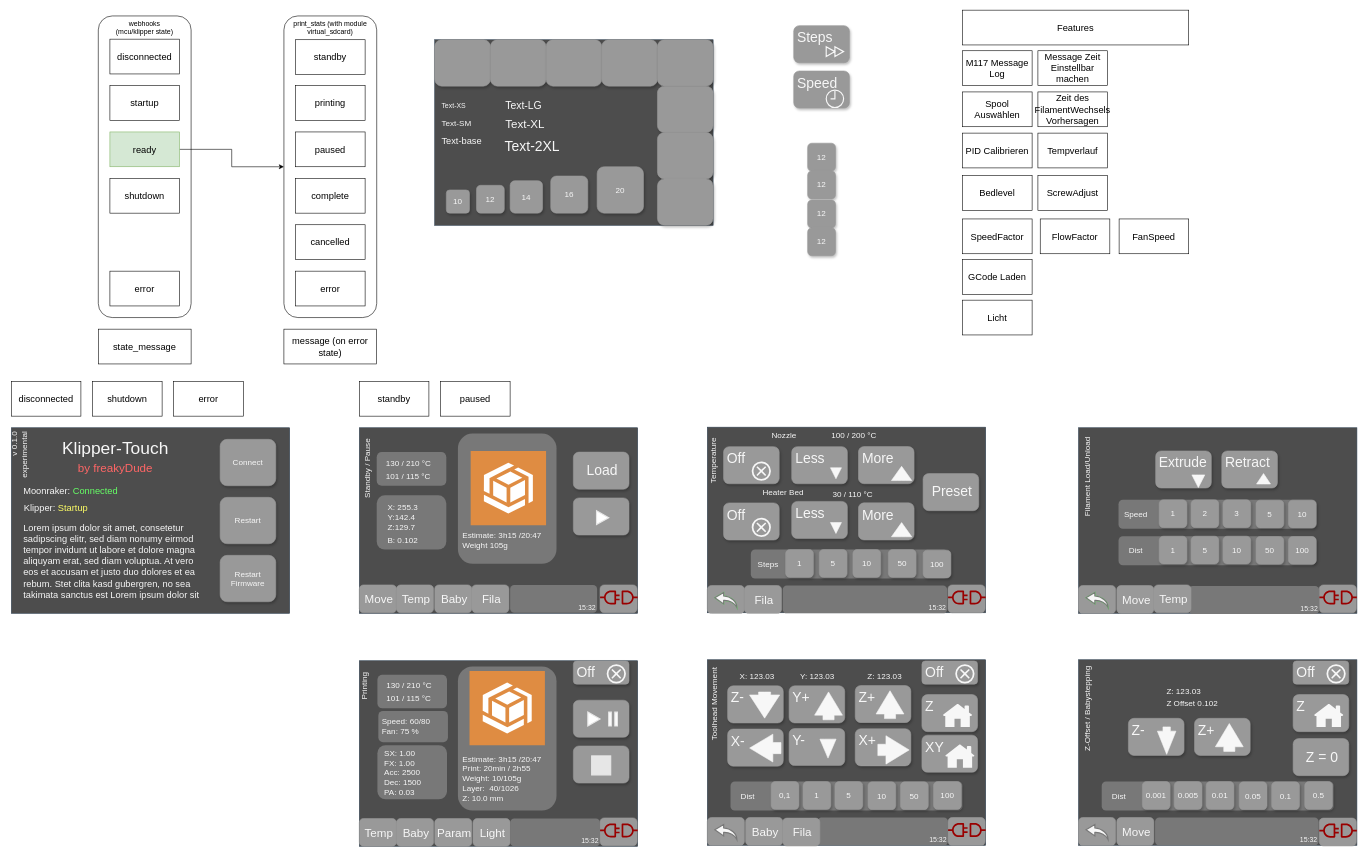
Above: page "Seite-2" (2 of 3) of docs/UseCases and Dependencies.drawio in freakydude/klipper-touch (draw.io), before the change. Source tidied: cells renumbered, new cells numbered last; positions are measured from the earlier drawing's top-left corner, leaving out a move shared by most shapes. Both pictures are drawn from the tidied source at 58%, with x=0, y=0 at pixel (-5, 10).
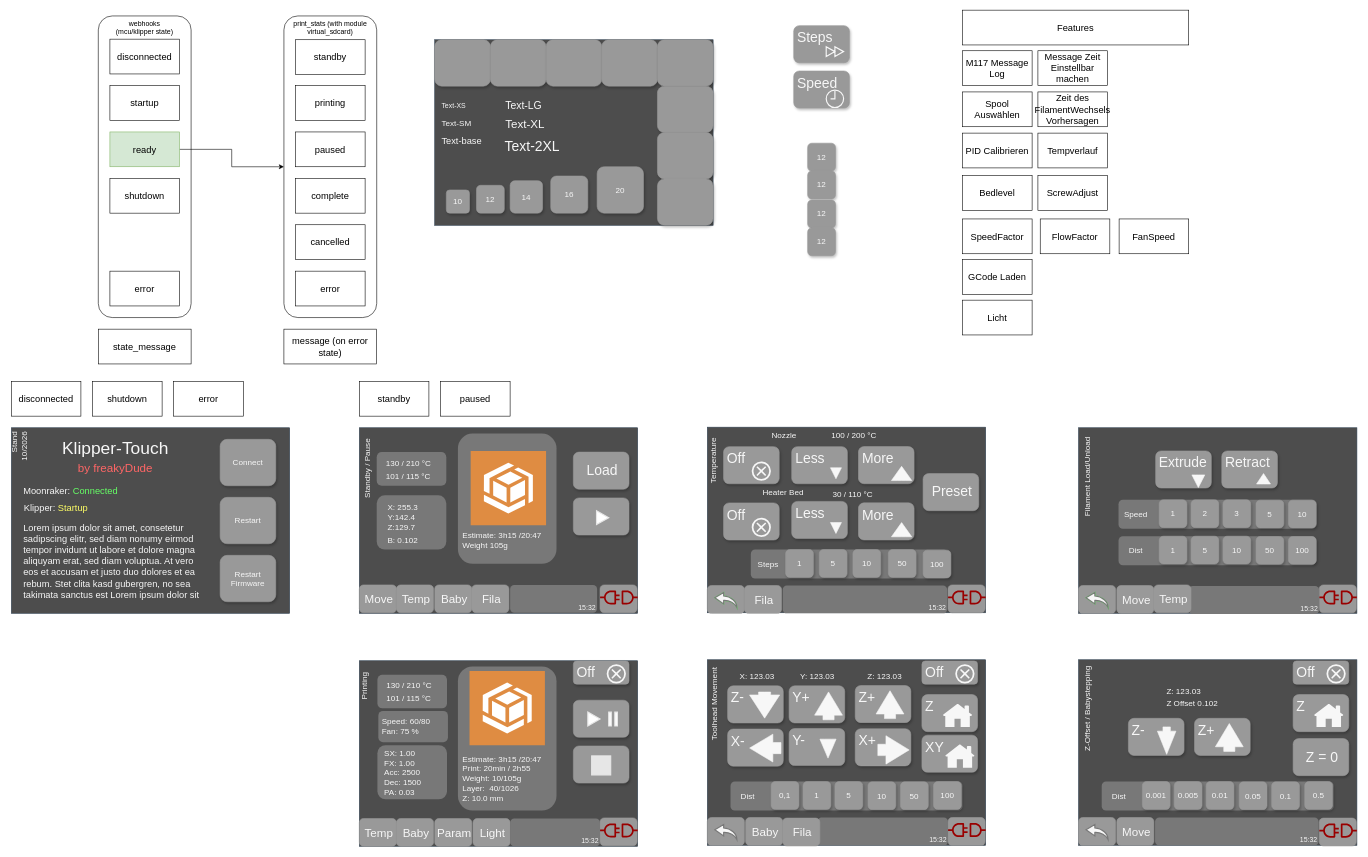
Above is the later version.

The edit, as a diff of the source:
```diff
@@
-    <mxCell id="244" value="v 0.1.0&lt;br&gt;experimental" style="text;html=1;strokeColor=none;fillColor=none;align=right;verticalAlign=middle;whiteSpace=wrap;rounded=0;fontColor=#F7F7F7;shadow=0;fontSize=14;rotation=-90;" parent="1" vertex="1">
+    <mxCell id="244" value="Stand 10/2026" style="text;html=1;strokeColor=none;fillColor=none;align=right;verticalAlign=middle;whiteSpace=wrap;rounded=0;fontColor=#F7F7F7;shadow=0;fontSize=14;rotation=-90;" parent="1" vertex="1">
       <mxGeometry x="0.5" y="755" width="83.4" height="22.2" as="geometry" />
     </mxCell>
```
